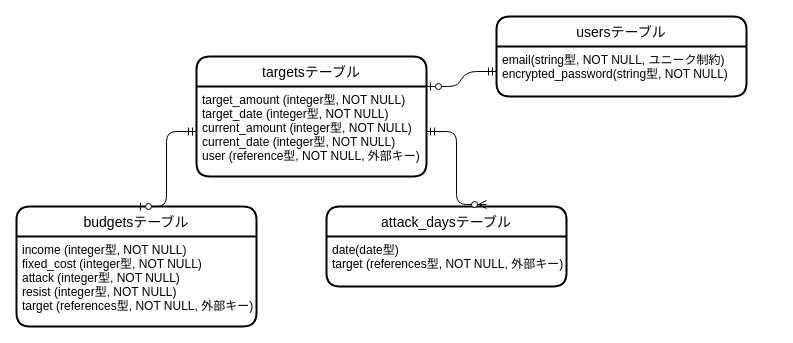
The draw.io diagram ER.dio in kanieksuke/mammon-quest, before the edit. Source tidied: cells renumbered, new cells numbered last; positions are measured from the earlier drawing's top-left corner, leaving out a move shared by most shapes. Both pictures are drawn from the tidied source at 100%, with x=0, y=0 at pixel (16, 16).
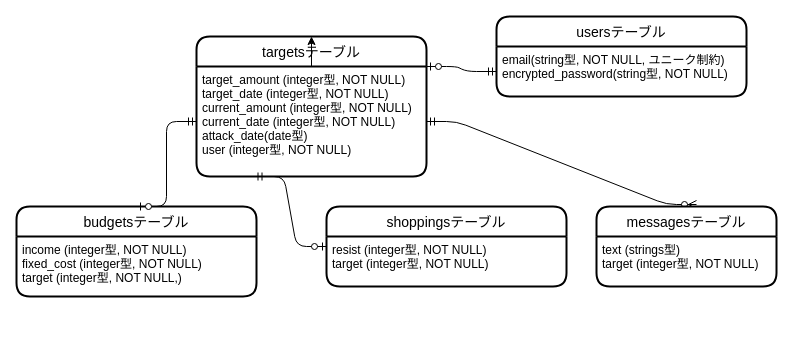
The same page after the edit.

Commit message (it also covers changes not shown here):
ER図、画面遷移図修正

Change to the diagram source:
```diff
@@
 <mxGraphModel>
   <root>
     <mxCell id="0" />
     <mxCell id="1" parent="0" />
     <mxCell id="2" value="targetsテーブル" style="swimlane;horizontal=1;startSize=30;rounded=1;fontSize=14;fontStyle=0;strokeWidth=2;shadow=0;dashed=0;align=center;" parent="1" vertex="1">
-      <mxGeometry x="180" y="40" width="230" height="120" as="geometry" />
+      <mxGeometry x="180" y="20" width="230" height="140" as="geometry" />
     </mxCell>
+    <mxCell id="13" style="edgeStyle=none;html=1;entryX=0.5;entryY=0;entryDx=0;entryDy=0;" parent="2" edge="1" source="3" target="2">
+      <mxGeometry relative="1" as="geometry" />
+    </mxCell>
-    <mxCell id="3" value="target_amount (integer型, NOT NULL)&#10;target_date (integer型, NOT NULL)&#10;current_amount (integer型, NOT NULL)&#10;current_date (integer型, NOT NULL)&#10;user (reference型, NOT NULL, 外部キー)" style="align=left;strokeColor=none;fillColor=none;spacingLeft=4;fontSize=12;verticalAlign=top;" parent="2" vertex="1">
-      <mxGeometry y="30" width="230" height="90" as="geometry" />
+    <mxCell id="3" value="target_amount (integer型, NOT NULL)&#10;target_date (integer型, NOT NULL)&#10;current_amount (integer型, NOT NULL)&#10;current_date (integer型, NOT NULL)&#10;attack_date(date型)&#10;user (integer型, NOT NULL)" style="align=left;strokeColor=none;fillColor=none;spacingLeft=4;fontSize=12;verticalAlign=top;" parent="2" vertex="1">
+      <mxGeometry y="30" width="230" height="110" as="geometry" />
     </mxCell>
     <mxCell id="4" value="budgetsテーブル" style="swimlane;horizontal=1;startSize=30;rounded=1;fontSize=14;fontStyle=0;strokeWidth=2;shadow=0;dashed=0;align=center;" parent="1" vertex="1">
-      <mxGeometry y="190" width="240" height="120" as="geometry" />
+      <mxGeometry y="190" width="240" height="90" as="geometry" />
     </mxCell>
-    <mxCell id="5" value="income (integer型, NOT NULL)&#10;fixed_cost (integer型, NOT NULL)&#10;attack (integer型, NOT NULL)&#10;resist (integer型, NOT NULL)&#10;target (references型, NOT NULL, 外部キー)" style="align=left;strokeColor=none;fillColor=none;spacingLeft=4;fontSize=12;verticalAlign=top;" parent="4" vertex="1">
-      <mxGeometry y="30" width="240" height="90" as="geometry" />
+    <mxCell id="5" value="income (integer型, NOT NULL)&#10;fixed_cost (integer型, NOT NULL)&#10;target (integer型, NOT NULL,)" style="align=left;strokeColor=none;fillColor=none;spacingLeft=4;fontSize=12;verticalAlign=top;" parent="4" vertex="1">
+      <mxGeometry y="30" width="240" height="60" as="geometry" />
     </mxCell>
-    <mxCell id="6" value="attack_daysテーブル" style="swimlane;horizontal=1;startSize=30;rounded=1;fontSize=14;fontStyle=0;strokeWidth=2;shadow=0;dashed=0;align=center;" parent="1" vertex="1">
+    <mxCell id="6" value="shoppingsテーブル" style="swimlane;horizontal=1;startSize=30;rounded=1;fontSize=14;fontStyle=0;strokeWidth=2;shadow=0;dashed=0;align=center;" parent="1" vertex="1">
       <mxGeometry x="310" y="190" width="240" height="80" as="geometry" />
     </mxCell>
-    <mxCell id="7" value="date(date型)&#10;target (references型, NOT NULL, 外部キー)" style="align=left;strokeColor=none;fillColor=none;spacingLeft=4;fontSize=12;verticalAlign=top;" parent="6" vertex="1">
+    <mxCell id="7" value="resist (integer型, NOT NULL)&#10;target (integer型, NOT NULL)" style="align=left;strokeColor=none;fillColor=none;spacingLeft=4;fontSize=12;verticalAlign=top;" parent="6" vertex="1">
       <mxGeometry y="30" width="240" height="50" as="geometry" />
     </mxCell>
     <mxCell id="8" style="edgeStyle=entityRelationEdgeStyle;fontSize=12;html=1;endArrow=ERzeroToOne;startArrow=ERmandOne;exitX=0;exitY=0.5;exitDx=0;exitDy=0;entryX=0.5;entryY=0;entryDx=0;entryDy=0;" parent="1" edge="1" source="3" target="4">
       <mxGeometry relative="1" as="geometry" />
     </mxCell>
     <mxCell id="9" style="edgeStyle=entityRelationEdgeStyle;fontSize=12;html=1;endArrow=ERzeroToMany;startArrow=ERmandOne;exitX=1;exitY=0.5;exitDx=0;exitDy=0;" parent="1" edge="1" source="3">
       <mxGeometry relative="1" as="geometry">
-        <mxPoint x="470" y="188" as="targetPoint" />
+        <mxPoint x="680" y="188" as="targetPoint" />
       </mxGeometry>
     </mxCell>
     <mxCell id="10" value="usersテーブル" style="swimlane;horizontal=1;startSize=30;rounded=1;fontSize=14;fontStyle=0;strokeWidth=2;shadow=0;dashed=0;align=center;" parent="1" vertex="1">
       <mxGeometry x="480" width="250" height="80" as="geometry" />
     </mxCell>
     <mxCell id="11" value="email(string型, NOT NULL, ユニーク制約)&#10;encrypted_password(string型, NOT NULL)" style="align=left;strokeColor=none;fillColor=none;spacingLeft=4;fontSize=12;verticalAlign=top;" parent="10" vertex="1">
       <mxGeometry y="30" width="250" height="50" as="geometry" />
     </mxCell>
     <mxCell id="12" style="edgeStyle=entityRelationEdgeStyle;fontSize=12;html=1;endArrow=ERzeroToOne;startArrow=ERmandOne;entryX=1;entryY=0;entryDx=0;entryDy=0;" parent="1" edge="1" source="11" target="3">
       <mxGeometry relative="1" as="geometry" />
     </mxCell>
+    <mxCell id="14" style="edgeStyle=entityRelationEdgeStyle;fontSize=12;html=1;endArrow=ERzeroToOne;startArrow=ERmandOne;exitX=0.25;exitY=1;exitDx=0;exitDy=0;entryX=0;entryY=0.5;entryDx=0;entryDy=0;" parent="1" edge="1" source="3" target="6">
+      <mxGeometry relative="1" as="geometry" />
+    </mxCell>
+    <mxCell id="15" value="messagesテーブル" style="swimlane;horizontal=1;startSize=30;rounded=1;fontSize=14;fontStyle=0;strokeWidth=2;shadow=0;dashed=0;align=center;" parent="1" vertex="1">
+      <mxGeometry x="580" y="190" width="180" height="80" as="geometry" />
+    </mxCell>
+    <mxCell id="16" value="text (strings型)&#10;target (integer型, NOT NULL)" style="align=left;strokeColor=none;fillColor=none;spacingLeft=4;fontSize=12;verticalAlign=top;" parent="15" vertex="1">
+      <mxGeometry y="30" width="180" height="50" as="geometry" />
+    </mxCell>
   </root>
 </mxGraphModel>
```
